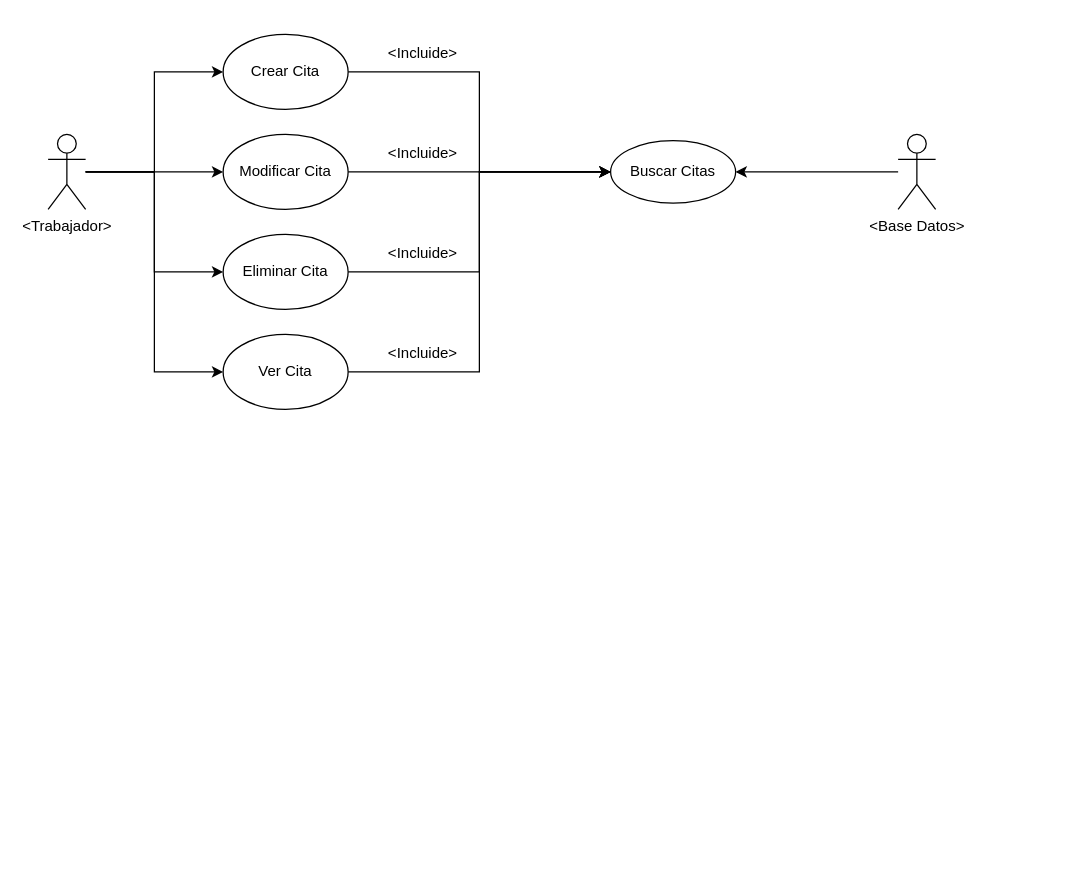
AlvaroDVA/Proyecto_ITV keeps this draw.io diagram as Diagramas_Y_Designs/Entornos/Diagrama_De_Usos/Diagrama_Caso_de_Usos.drawio. Above is the earlier version. Source tidied: cells renumbered, new cells numbered last; positions are measured from the earlier drawing's top-left corner, leaving out a move shared by most shapes. Both pictures are drawn from the tidied source at 125%, with x=0, y=0 at pixel (35, 34).
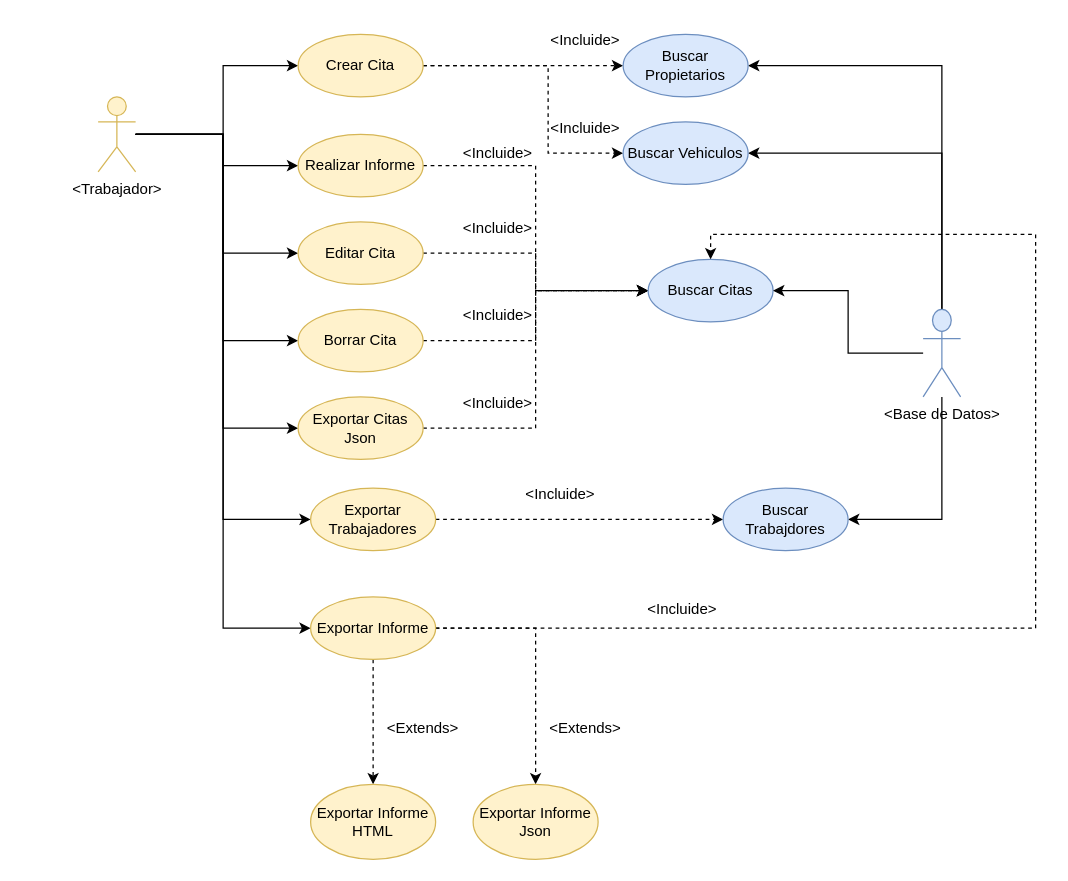
The same diagram, later.

Commit message (it also covers changes not shown here):
Diagrama Caso de Usos

Diagrama caso de uso cambiado y amplaido

The edit, as a diff of the source:
```diff
@@
     <mxCell id="3" style="edgeStyle=orthogonalEdgeStyle;rounded=0;jettySize=auto;html=1;entryX=0;entryY=0.5;entryDx=0;entryDy=0;" parent="1" edge="1" source="7" target="9">
-      <mxGeometry relative="1" as="geometry" />
+      <mxGeometry relative="1" as="geometry">
+        <Array as="points">
+          <mxPoint x="150" y="80" />
+          <mxPoint x="150" y="25" />
+        </Array>
+      </mxGeometry>
     </mxCell>
-    <mxCell id="4" style="edgeStyle=orthogonalEdgeStyle;rounded=0;jettySize=auto;html=1;entryX=0;entryY=0.5;entryDx=0;entryDy=0;" parent="1" edge="1" source="7" target="11">
-      <mxGeometry relative="1" as="geometry" />
-    </mxCell>
-    <mxCell id="5" style="edgeStyle=orthogonalEdgeStyle;rounded=0;jettySize=auto;html=1;entryX=0;entryY=0.5;entryDx=0;entryDy=0;" parent="1" edge="1" source="7" target="13">
-      <mxGeometry relative="1" as="geometry" />
-    </mxCell>
-    <mxCell id="6" style="edgeStyle=orthogonalEdgeStyle;rounded=0;jettySize=auto;html=1;entryX=0;entryY=0.5;entryDx=0;entryDy=0;" parent="1" edge="1" source="7" target="21">
-      <mxGeometry relative="1" as="geometry" />
-    </mxCell>
+    <mxCell id="23" style="edgeStyle=orthogonalEdgeStyle;rounded=0;jettySize=auto;html=1;entryX=0;entryY=0.5;entryDx=0;entryDy=0;" parent="1" edge="1" source="7" target="32">
+      <mxGeometry relative="1" as="geometry">
+        <Array as="points">
+          <mxPoint x="150" y="80" />
+          <mxPoint x="150" y="105" />
+        </Array>
+      </mxGeometry>
+    </mxCell>
+    <mxCell id="24" style="edgeStyle=orthogonalEdgeStyle;rounded=0;jettySize=auto;html=1;entryX=0;entryY=0.5;entryDx=0;entryDy=0;" parent="1" edge="1" source="7" target="34">
+      <mxGeometry relative="1" as="geometry">
+        <Array as="points">
+          <mxPoint x="150" y="80" />
+          <mxPoint x="150" y="175" />
+        </Array>
+      </mxGeometry>
+    </mxCell>
+    <mxCell id="25" style="edgeStyle=orthogonalEdgeStyle;rounded=0;jettySize=auto;html=1;entryX=0;entryY=0.5;entryDx=0;entryDy=0;" parent="1" edge="1" source="7" target="36">
+      <mxGeometry relative="1" as="geometry">
+        <Array as="points">
+          <mxPoint x="150" y="80" />
+          <mxPoint x="150" y="245" />
+        </Array>
+      </mxGeometry>
+    </mxCell>
+    <mxCell id="26" style="edgeStyle=orthogonalEdgeStyle;rounded=0;jettySize=auto;html=1;entryX=0;entryY=0.5;entryDx=0;entryDy=0;" parent="1" edge="1" source="7" target="38">
+      <mxGeometry relative="1" as="geometry">
+        <Array as="points">
+          <mxPoint x="150" y="80" />
+          <mxPoint x="150" y="315" />
+        </Array>
+      </mxGeometry>
+    </mxCell>
+    <mxCell id="27" style="edgeStyle=orthogonalEdgeStyle;rounded=0;jettySize=auto;html=1;entryX=0;entryY=0.5;entryDx=0;entryDy=0;" parent="1" edge="1" source="7" target="49">
+      <mxGeometry relative="1" as="geometry">
+        <Array as="points">
+          <mxPoint x="150" y="80" />
+          <mxPoint x="150" y="388" />
+        </Array>
+      </mxGeometry>
+    </mxCell>
+    <mxCell id="28" style="edgeStyle=orthogonalEdgeStyle;rounded=0;jettySize=auto;html=1;entryX=0;entryY=0.5;entryDx=0;entryDy=0;" parent="1" edge="1" source="7" target="55">
+      <mxGeometry relative="1" as="geometry" />
+    </mxCell>
-    <mxCell id="7" value="&amp;lt;Trabajador&amp;gt;" style="shape=umlActor;verticalLabelPosition=bottom;verticalAlign=top;html=1;outlineConnect=0;" parent="1" vertex="1">
-      <mxGeometry x="10" y="80" width="30" height="60" as="geometry" />
+    <mxCell id="7" value="&amp;lt;Trabajador&amp;gt;" style="shape=umlActor;verticalLabelPosition=bottom;verticalAlign=top;html=1;outlineConnect=0;fillColor=#fff2cc;strokeColor=#d6b656;" parent="1" vertex="1">
+      <mxGeometry x="50" y="50" width="30" height="60" as="geometry" />
     </mxCell>
-    <mxCell id="8" style="edgeStyle=orthogonalEdgeStyle;rounded=0;jettySize=auto;html=1;entryX=0;entryY=0.5;entryDx=0;entryDy=0;" parent="1" edge="1" source="9" target="14">
-      <mxGeometry relative="1" as="geometry">
-        <Array as="points">
-          <mxPoint x="355" y="30" />
-          <mxPoint x="355" y="110" />
-          <mxPoint x="460" y="110" />
-        </Array>
-      </mxGeometry>
-    </mxCell>
+    <mxCell id="29" style="edgeStyle=orthogonalEdgeStyle;rounded=0;jettySize=auto;html=1;entryX=0;entryY=0.5;entryDx=0;entryDy=0;dashed=1;" parent="1" edge="1" source="9" target="61">
+      <mxGeometry relative="1" as="geometry" />
+    </mxCell>
+    <mxCell id="30" style="edgeStyle=orthogonalEdgeStyle;rounded=0;jettySize=auto;html=1;entryX=0;entryY=0.5;entryDx=0;entryDy=0;dashed=1;" parent="1" edge="1" source="9" target="62">
+      <mxGeometry relative="1" as="geometry">
+        <Array as="points">
+          <mxPoint x="410" y="25" />
+          <mxPoint x="410" y="95" />
+        </Array>
+      </mxGeometry>
+    </mxCell>
-    <mxCell id="9" value="Crear Cita" style="ellipse;whiteSpace=wrap;html=1;" parent="1" vertex="1">
-      <mxGeometry x="150" width="100" height="60" as="geometry" />
+    <mxCell id="9" value="Crear Cita" style="ellipse;whiteSpace=wrap;html=1;fillColor=#fff2cc;strokeColor=#d6b656;" parent="1" vertex="1">
+      <mxGeometry x="210" width="100" height="50" as="geometry" />
     </mxCell>
-    <mxCell id="10" style="edgeStyle=orthogonalEdgeStyle;rounded=0;jettySize=auto;html=1;entryX=0;entryY=0.5;entryDx=0;entryDy=0;" parent="1" edge="1" source="11" target="14">
-      <mxGeometry relative="1" as="geometry">
-        <Array as="points">
-          <mxPoint x="460" y="110" />
-        </Array>
-      </mxGeometry>
-    </mxCell>
-    <mxCell id="11" value="Modificar Cita" style="ellipse;whiteSpace=wrap;html=1;" parent="1" vertex="1">
-      <mxGeometry x="150" y="80" width="100" height="60" as="geometry" />
-    </mxCell>
-    <mxCell id="12" style="edgeStyle=orthogonalEdgeStyle;rounded=0;jettySize=auto;html=1;entryX=0;entryY=0.5;entryDx=0;entryDy=0;" parent="1" edge="1" source="13" target="14">
-      <mxGeometry relative="1" as="geometry">
-        <Array as="points">
-          <mxPoint x="355" y="190" />
-          <mxPoint x="355" y="110" />
-          <mxPoint x="460" y="110" />
-        </Array>
-      </mxGeometry>
-    </mxCell>
-    <mxCell id="13" value="Eliminar Cita" style="ellipse;whiteSpace=wrap;html=1;" parent="1" vertex="1">
-      <mxGeometry x="150" y="160" width="100" height="60" as="geometry" />
-    </mxCell>
+    <mxCell id="31" style="edgeStyle=orthogonalEdgeStyle;rounded=0;jettySize=auto;html=1;entryX=0;entryY=0.5;entryDx=0;entryDy=0;dashed=1;" parent="1" edge="1" source="32" target="14">
+      <mxGeometry relative="1" as="geometry" />
+    </mxCell>
+    <mxCell id="32" value="Realizar Informe" style="ellipse;whiteSpace=wrap;html=1;fillColor=#fff2cc;strokeColor=#d6b656;" parent="1" vertex="1">
+      <mxGeometry x="210" y="80" width="100" height="50" as="geometry" />
+    </mxCell>
+    <mxCell id="33" style="edgeStyle=orthogonalEdgeStyle;rounded=0;jettySize=auto;html=1;entryX=0;entryY=0.5;entryDx=0;entryDy=0;dashed=1;" parent="1" edge="1" source="34" target="14">
+      <mxGeometry relative="1" as="geometry">
+        <Array as="points">
+          <mxPoint x="400" y="175" />
+          <mxPoint x="400" y="205" />
+        </Array>
+      </mxGeometry>
+    </mxCell>
+    <mxCell id="34" value="Editar Cita" style="ellipse;whiteSpace=wrap;html=1;fillColor=#fff2cc;strokeColor=#d6b656;" parent="1" vertex="1">
+      <mxGeometry x="210" y="150" width="100" height="50" as="geometry" />
+    </mxCell>
+    <mxCell id="35" style="edgeStyle=orthogonalEdgeStyle;rounded=0;jettySize=auto;html=1;entryX=0;entryY=0.5;entryDx=0;entryDy=0;dashed=1;" parent="1" edge="1" source="36" target="14">
+      <mxGeometry relative="1" as="geometry" />
+    </mxCell>
+    <mxCell id="36" value="Borrar Cita" style="ellipse;whiteSpace=wrap;html=1;fillColor=#fff2cc;strokeColor=#d6b656;" parent="1" vertex="1">
+      <mxGeometry x="210" y="220" width="100" height="50" as="geometry" />
+    </mxCell>
+    <mxCell id="37" style="edgeStyle=orthogonalEdgeStyle;rounded=0;jettySize=auto;html=1;entryX=0;entryY=0.5;entryDx=0;entryDy=0;dashed=1;" parent="1" edge="1" source="38" target="14">
+      <mxGeometry relative="1" as="geometry" />
+    </mxCell>
+    <mxCell id="38" value="Exportar Citas Json" style="ellipse;whiteSpace=wrap;html=1;fillColor=#fff2cc;strokeColor=#d6b656;" parent="1" vertex="1">
+      <mxGeometry x="210" y="290" width="100" height="50" as="geometry" />
+    </mxCell>
-    <mxCell id="14" value="Buscar Citas" style="ellipse;whiteSpace=wrap;html=1;" parent="1" vertex="1">
-      <mxGeometry x="460" y="85" width="100" height="50" as="geometry" />
+    <mxCell id="14" value="Buscar Citas" style="ellipse;whiteSpace=wrap;html=1;fillColor=#dae8fc;strokeColor=#6c8ebf;" parent="1" vertex="1">
+      <mxGeometry x="490" y="180" width="100" height="50" as="geometry" />
     </mxCell>
-    <mxCell id="15" value="&amp;lt;Incluide&amp;gt;" style="text;html=1;strokeColor=none;fillColor=none;align=center;verticalAlign=middle;whiteSpace=wrap;rounded=0;" parent="1" vertex="1">
-      <mxGeometry x="280" width="60" height="30" as="geometry" />
-    </mxCell>
-    <mxCell id="16" value="&amp;lt;Incluide&amp;gt;" style="text;html=1;strokeColor=none;fillColor=none;align=center;verticalAlign=middle;whiteSpace=wrap;rounded=0;" parent="1" vertex="1">
-      <mxGeometry x="280" y="80" width="60" height="30" as="geometry" />
-    </mxCell>
-    <mxCell id="17" value="&amp;lt;Incluide&amp;gt;" style="text;html=1;strokeColor=none;fillColor=none;align=center;verticalAlign=middle;whiteSpace=wrap;rounded=0;" parent="1" vertex="1">
-      <mxGeometry x="280" y="160" width="60" height="30" as="geometry" />
-    </mxCell>
-    <mxCell id="18" style="edgeStyle=orthogonalEdgeStyle;rounded=0;jettySize=auto;html=1;entryX=1;entryY=0.5;entryDx=0;entryDy=0;" parent="1" edge="1" source="19" target="14">
-      <mxGeometry relative="1" as="geometry" />
-    </mxCell>
-    <mxCell id="19" value="&amp;lt;Base Datos&amp;gt;" style="shape=umlActor;verticalLabelPosition=bottom;verticalAlign=top;html=1;outlineConnect=0;" parent="1" vertex="1">
-      <mxGeometry x="690" y="80" width="30" height="60" as="geometry" />
-    </mxCell>
-    <mxCell id="20" style="edgeStyle=orthogonalEdgeStyle;rounded=0;jettySize=auto;html=1;entryX=0;entryY=0.5;entryDx=0;entryDy=0;" parent="1" edge="1" source="21" target="14">
-      <mxGeometry relative="1" as="geometry" />
-    </mxCell>
-    <mxCell id="21" value="Ver Cita" style="ellipse;whiteSpace=wrap;html=1;" parent="1" vertex="1">
-      <mxGeometry x="150" y="240" width="100" height="60" as="geometry" />
-    </mxCell>
-    <mxCell id="22" value="&amp;lt;Incluide&amp;gt;" style="text;html=1;strokeColor=none;fillColor=none;align=center;verticalAlign=middle;whiteSpace=wrap;rounded=0;" parent="1" vertex="1">
-      <mxGeometry x="280" y="240" width="60" height="30" as="geometry" />
-    </mxCell>
+    <mxCell id="39" value="&amp;lt;Incluide&amp;gt;" style="text;html=1;strokeColor=none;fillColor=none;align=center;verticalAlign=middle;whiteSpace=wrap;rounded=0;" parent="1" vertex="1">
+      <mxGeometry x="340" y="80" width="60" height="30" as="geometry" />
+    </mxCell>
+    <mxCell id="40" value="&amp;lt;Incluide&amp;gt;" style="text;html=1;strokeColor=none;fillColor=none;align=center;verticalAlign=middle;whiteSpace=wrap;rounded=0;" parent="1" vertex="1">
+      <mxGeometry x="340" y="140" width="60" height="30" as="geometry" />
+    </mxCell>
+    <mxCell id="41" value="&amp;lt;Incluide&amp;gt;" style="text;html=1;strokeColor=none;fillColor=none;align=center;verticalAlign=middle;whiteSpace=wrap;rounded=0;" parent="1" vertex="1">
+      <mxGeometry x="340" y="210" width="60" height="30" as="geometry" />
+    </mxCell>
+    <mxCell id="42" value="&amp;lt;Incluide&amp;gt;" style="text;html=1;strokeColor=none;fillColor=none;align=center;verticalAlign=middle;whiteSpace=wrap;rounded=0;" parent="1" vertex="1">
+      <mxGeometry x="340" y="280" width="60" height="30" as="geometry" />
+    </mxCell>
+    <mxCell id="43" style="edgeStyle=orthogonalEdgeStyle;rounded=0;jettySize=auto;html=1;entryX=1;entryY=0.5;entryDx=0;entryDy=0;" parent="1" edge="1" source="47" target="14">
+      <mxGeometry relative="1" as="geometry" />
+    </mxCell>
+    <mxCell id="44" style="edgeStyle=orthogonalEdgeStyle;rounded=0;jettySize=auto;html=1;entryX=1;entryY=0.5;entryDx=0;entryDy=0;" parent="1" edge="1" source="47" target="50">
+      <mxGeometry relative="1" as="geometry">
+        <Array as="points">
+          <mxPoint x="725" y="388" />
+        </Array>
+      </mxGeometry>
+    </mxCell>
+    <mxCell id="45" style="edgeStyle=orthogonalEdgeStyle;rounded=0;jettySize=auto;html=1;entryX=1;entryY=0.5;entryDx=0;entryDy=0;" parent="1" edge="1" source="47" target="61">
+      <mxGeometry relative="1" as="geometry">
+        <Array as="points">
+          <mxPoint x="725" y="25" />
+        </Array>
+      </mxGeometry>
+    </mxCell>
+    <mxCell id="46" style="edgeStyle=orthogonalEdgeStyle;rounded=0;jettySize=auto;html=1;entryX=1;entryY=0.5;entryDx=0;entryDy=0;" parent="1" edge="1" source="47" target="62">
+      <mxGeometry relative="1" as="geometry">
+        <Array as="points">
+          <mxPoint x="725" y="95" />
+        </Array>
+      </mxGeometry>
+    </mxCell>
+    <mxCell id="47" value="&amp;lt;Base de Datos&amp;gt;" style="shape=umlActor;verticalLabelPosition=bottom;verticalAlign=top;html=1;outlineConnect=0;fillColor=#dae8fc;strokeColor=#6c8ebf;" parent="1" vertex="1">
+      <mxGeometry x="710" y="220" width="30" height="70" as="geometry" />
+    </mxCell>
+    <mxCell id="48" style="edgeStyle=orthogonalEdgeStyle;rounded=0;jettySize=auto;html=1;entryX=0;entryY=0.5;entryDx=0;entryDy=0;dashed=1;" parent="1" edge="1" source="49" target="50">
+      <mxGeometry relative="1" as="geometry" />
+    </mxCell>
+    <mxCell id="49" value="Exportar Trabajadores" style="ellipse;whiteSpace=wrap;html=1;fillColor=#fff2cc;strokeColor=#d6b656;" parent="1" vertex="1">
+      <mxGeometry x="220" y="363" width="100" height="50" as="geometry" />
+    </mxCell>
+    <mxCell id="50" value="Buscar Trabajdores" style="ellipse;whiteSpace=wrap;html=1;fillColor=#dae8fc;strokeColor=#6c8ebf;" parent="1" vertex="1">
+      <mxGeometry x="550" y="363" width="100" height="50" as="geometry" />
+    </mxCell>
+    <mxCell id="51" value="&amp;lt;Incluide&amp;gt;" style="text;html=1;strokeColor=none;fillColor=none;align=center;verticalAlign=middle;whiteSpace=wrap;rounded=0;" parent="1" vertex="1">
+      <mxGeometry x="390" y="353" width="60" height="30" as="geometry" />
+    </mxCell>
+    <mxCell id="52" style="edgeStyle=orthogonalEdgeStyle;rounded=0;jettySize=auto;html=1;entryX=0.5;entryY=0;entryDx=0;entryDy=0;dashed=1;" parent="1" edge="1" source="55" target="56">
+      <mxGeometry relative="1" as="geometry" />
+    </mxCell>
+    <mxCell id="53" style="edgeStyle=orthogonalEdgeStyle;rounded=0;jettySize=auto;html=1;entryX=0.5;entryY=0;entryDx=0;entryDy=0;dashed=1;" parent="1" edge="1" source="55" target="58">
+      <mxGeometry relative="1" as="geometry" />
+    </mxCell>
+    <mxCell id="54" style="edgeStyle=orthogonalEdgeStyle;rounded=0;jettySize=auto;html=1;entryX=0.5;entryY=0;entryDx=0;entryDy=0;dashed=1;" parent="1" edge="1" source="55" target="14">
+      <mxGeometry relative="1" as="geometry">
+        <Array as="points">
+          <mxPoint x="800" y="475" />
+          <mxPoint x="800" y="160" />
+          <mxPoint x="540" y="160" />
+        </Array>
+      </mxGeometry>
+    </mxCell>
+    <mxCell id="55" value="Exportar Informe" style="ellipse;whiteSpace=wrap;html=1;fillColor=#fff2cc;strokeColor=#d6b656;" parent="1" vertex="1">
+      <mxGeometry x="220" y="450" width="100" height="50" as="geometry" />
+    </mxCell>
+    <mxCell id="56" value="Exportar Informe HTML" style="ellipse;whiteSpace=wrap;html=1;fillColor=#fff2cc;strokeColor=#d6b656;" parent="1" vertex="1">
+      <mxGeometry x="220" y="600" width="100" height="60" as="geometry" />
+    </mxCell>
+    <mxCell id="57" value="&amp;lt;Extends&amp;gt;" style="text;html=1;strokeColor=none;fillColor=none;align=center;verticalAlign=middle;whiteSpace=wrap;rounded=0;" parent="1" vertex="1">
+      <mxGeometry x="280" y="540" width="60" height="30" as="geometry" />
+    </mxCell>
+    <mxCell id="58" value="Exportar Informe&lt;br&gt;Json" style="ellipse;whiteSpace=wrap;html=1;fillColor=#fff2cc;strokeColor=#d6b656;" parent="1" vertex="1">
+      <mxGeometry x="350" y="600" width="100" height="60" as="geometry" />
+    </mxCell>
+    <mxCell id="59" value="&amp;lt;Extends&amp;gt;" style="text;html=1;strokeColor=none;fillColor=none;align=center;verticalAlign=middle;whiteSpace=wrap;rounded=0;" parent="1" vertex="1">
+      <mxGeometry x="410" y="540" width="60" height="30" as="geometry" />
+    </mxCell>
+    <mxCell id="60" value="&amp;lt;Incluide&amp;gt;" style="text;html=1;strokeColor=none;fillColor=none;align=center;verticalAlign=middle;whiteSpace=wrap;rounded=0;" parent="1" vertex="1">
+      <mxGeometry x="490" y="450" width="55" height="20" as="geometry" />
+    </mxCell>
+    <mxCell id="61" value="Buscar Propietarios" style="ellipse;whiteSpace=wrap;html=1;fillColor=#dae8fc;strokeColor=#6c8ebf;" parent="1" vertex="1">
+      <mxGeometry x="470" width="100" height="50" as="geometry" />
+    </mxCell>
+    <mxCell id="62" value="Buscar Vehiculos" style="ellipse;whiteSpace=wrap;html=1;fillColor=#dae8fc;strokeColor=#6c8ebf;" parent="1" vertex="1">
+      <mxGeometry x="470" y="70" width="100" height="50" as="geometry" />
+    </mxCell>
+    <mxCell id="63" value="&amp;lt;Incluide&amp;gt;" style="text;html=1;strokeColor=none;fillColor=none;align=center;verticalAlign=middle;whiteSpace=wrap;rounded=0;" parent="1" vertex="1">
+      <mxGeometry x="410" y="60" width="60" height="30" as="geometry" />
+    </mxCell>
+    <mxCell id="64" value="&amp;lt;Incluide&amp;gt;" style="text;html=1;strokeColor=none;fillColor=none;align=center;verticalAlign=middle;whiteSpace=wrap;rounded=0;" parent="1" vertex="1">
+      <mxGeometry x="410" y="-10" width="60" height="30" as="geometry" />
+    </mxCell>
```
